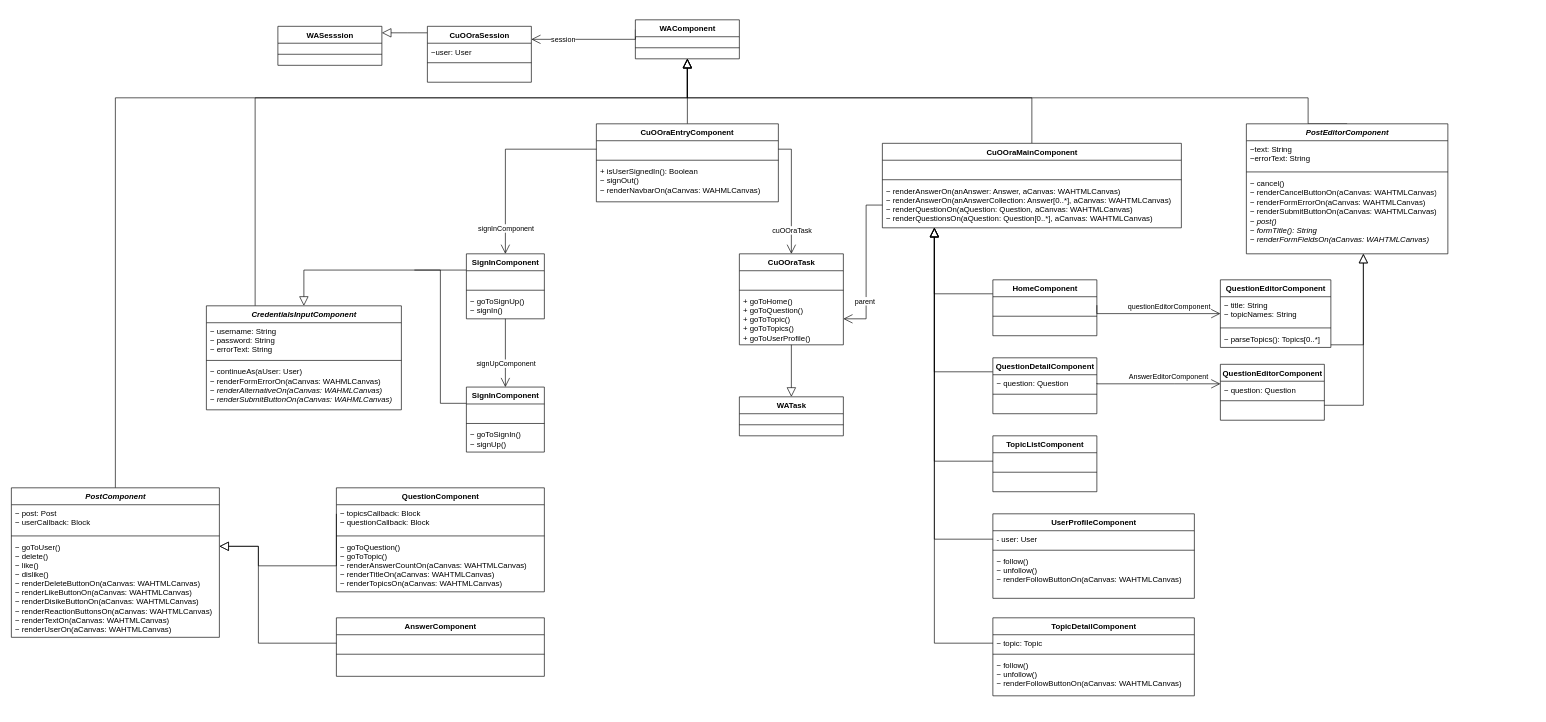
sufficientname/oo2-cuoora keeps this draw.io diagram as webui-uml.drawio. Above is the earlier version. Source tidied: cells renumbered, new cells numbered last; positions are measured from the earlier drawing's top-left corner, leaving out a move shared by most shapes. Both pictures are drawn from the tidied source at 65%, with x=0, y=0 at pixel (11, 20).
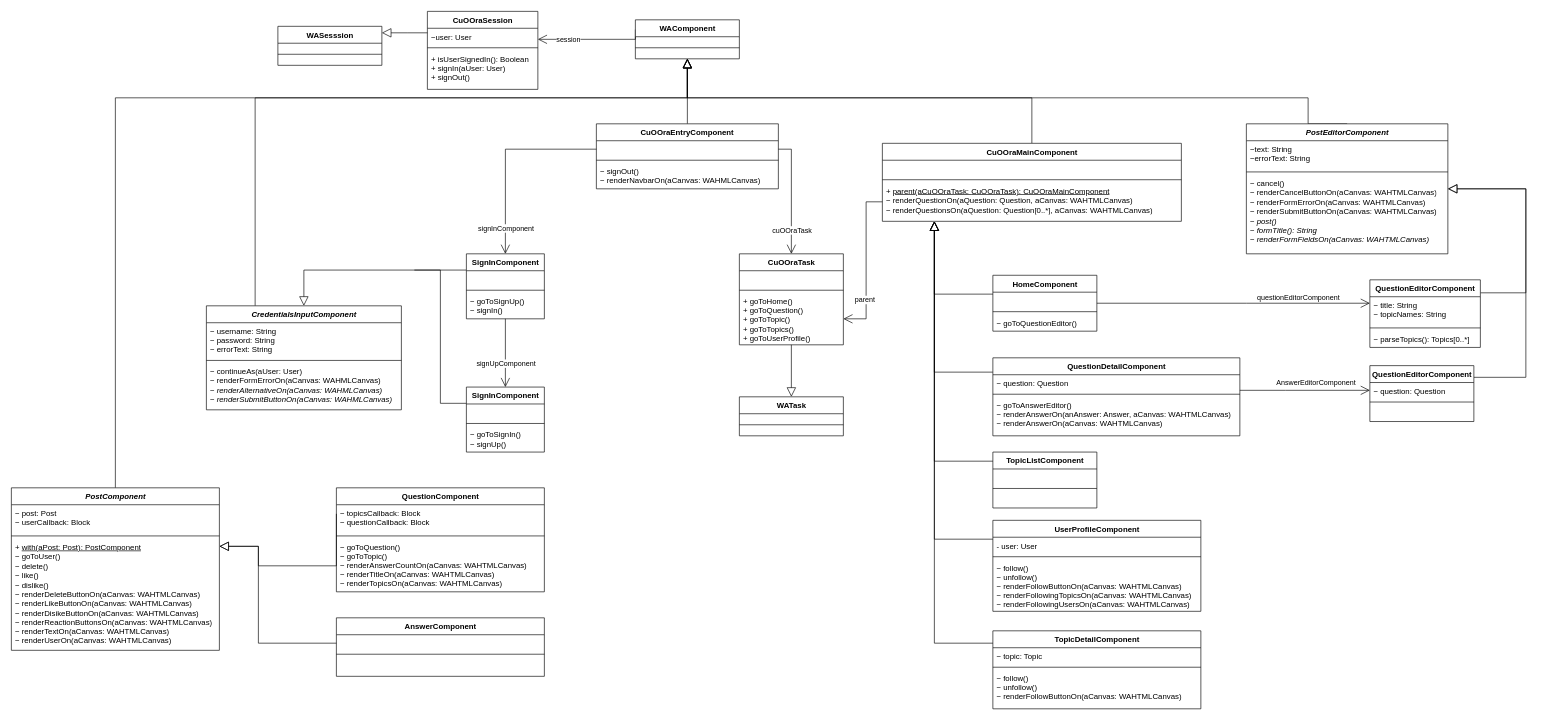
Above is the later version.

Unchanged cells that the change refers to:
```xml
<mxCell id="43" value="&lt;i&gt;PostEditorComponent&lt;/i&gt;" style="swimlane;fontStyle=1;align=center;verticalAlign=top;horizontal=1;startSize=26;html=1;" parent="1" vertex="1">
  <mxGeometry x="1900" y="160" width="310" height="200" as="geometry" />
</mxCell>
<mxCell id="80" value="&#10;" style="text;strokeColor=none;fillColor=none;align=left;verticalAlign=top;spacingLeft=4;spacingRight=4;overflow=hidden;points=[[0,0.5],[1,0.5]];portConstraint=eastwest;" parent="79" vertex="1">
  <mxGeometry y="26" width="160" height="26" as="geometry" />
</mxCell>
<mxCell id="97" value="&#10;" style="text;strokeColor=none;fillColor=none;align=left;verticalAlign=top;spacingLeft=4;spacingRight=4;overflow=hidden;points=[[0,0.5],[1,0.5]];portConstraint=eastwest;" parent="96" vertex="1">
  <mxGeometry y="26" width="160" height="26" as="geometry" />
</mxCell>
```

Diff of the diagram source:
```diff
@@
     <mxCell id="3" value="CuOOraEntryComponent" style="swimlane;fontStyle=1;align=center;verticalAlign=top;horizontal=1;startSize=26;" parent="1" vertex="1">
-      <mxGeometry x="900" y="160" width="280" height="120" as="geometry" />
+      <mxGeometry x="900" y="160" width="280" height="100" as="geometry" />
     </mxCell>
@@
-    <mxCell id="6" value="+ isUserSignedIn(): Boolean&lt;br&gt;− signOut()&lt;br&gt;− renderNavbarOn(aCanvas: WAHMLCanvas)&lt;br&gt;&lt;br&gt;" style="text;strokeColor=none;fillColor=none;align=left;verticalAlign=top;spacingLeft=4;spacingRight=4;overflow=hidden;html=1;" parent="3" vertex="1">
-      <mxGeometry y="60" width="280" height="60" as="geometry" />
+    <mxCell id="6" value="− signOut()&lt;br&gt;− renderNavbarOn(aCanvas: WAHMLCanvas)&lt;br&gt;" style="text;strokeColor=none;fillColor=none;align=left;verticalAlign=top;spacingLeft=4;spacingRight=4;overflow=hidden;html=1;" parent="3" vertex="1">
+      <mxGeometry y="60" width="280" height="40" as="geometry" />
     </mxCell>
@@
     <mxCell id="32" style="edgeStyle=orthogonalEdgeStyle;rounded=0;jettySize=auto;html=1;endArrow=block;endFill=0;endSize=12;" parent="1" edge="1" source="33" target="43">
       <mxGeometry relative="1" as="geometry">
         <Array as="points">
-          <mxPoint x="2080" y="500" />
+          <mxPoint x="2330" y="420" />
+          <mxPoint x="2330" y="260" />
         </Array>
       </mxGeometry>
     </mxCell>
     <mxCell id="33" value="QuestionEditorComponent" style="swimlane;fontStyle=1;align=center;verticalAlign=top;horizontal=1;startSize=26;html=1;" parent="1" vertex="1">
-      <mxGeometry x="1860" y="400" width="170" height="104" as="geometry" />
+      <mxGeometry x="2090" y="400" width="170" height="104" as="geometry" />
     </mxCell>
@@
     <mxCell id="37" style="edgeStyle=orthogonalEdgeStyle;rounded=0;jettySize=auto;html=1;endArrow=block;endFill=0;endSize=12;" parent="1" edge="1" source="38" target="43">
       <mxGeometry relative="1" as="geometry">
         <Array as="points">
-          <mxPoint x="2080" y="593" />
+          <mxPoint x="2330" y="550" />
+          <mxPoint x="2330" y="260" />
         </Array>
       </mxGeometry>
     </mxCell>
     <mxCell id="38" value="QuestionEditorComponent" style="swimlane;fontStyle=1;align=center;verticalAlign=top;horizontal=1;startSize=26;html=1;" parent="1" vertex="1">
-      <mxGeometry x="1860" y="530" width="160" height="86" as="geometry" />
+      <mxGeometry x="2090" y="532" width="160" height="86" as="geometry" />
     </mxCell>
@@
     <mxCell id="53" value="&lt;i&gt;PostComponent&lt;/i&gt;" style="swimlane;fontStyle=1;align=center;verticalAlign=top;horizontal=1;startSize=26;html=1;" parent="1" vertex="1">
-      <mxGeometry y="720" width="320" height="230" as="geometry" />
+      <mxGeometry y="720" width="320" height="250" as="geometry" />
     </mxCell>
@@
-    <mxCell id="56" value="− goToUser()&#10;− delete()&#10;− like()&#10;− dislike()&#10;− renderDeleteButtonOn(aCanvas: WAHTMLCanvas)&#10;− renderLikeButtonOn(aCanvas: WAHTMLCanvas)&#10;− renderDisikeButtonOn(aCanvas: WAHTMLCanvas)&#10;− renderReactionButtonsOn(aCanvas: WAHTMLCanvas)&#10;− renderTextOn(aCanvas: WAHTMLCanvas)&#10;− renderUserOn(aCanvas: WAHTMLCanvas)" style="text;strokeColor=none;fillColor=none;align=left;verticalAlign=top;spacingLeft=4;spacingRight=4;overflow=hidden;points=[[0,0.5],[1,0.5]];portConstraint=eastwest;" parent="53" vertex="1">
-      <mxGeometry y="78" width="320" height="152" as="geometry" />
+    <mxCell id="56" value="+ &lt;u&gt;with(aPost: Post): PostComponent&lt;/u&gt;&lt;br&gt;− goToUser()&lt;br&gt;− delete()&lt;br&gt;− like()&lt;br&gt;− dislike()&lt;br&gt;− renderDeleteButtonOn(aCanvas: WAHTMLCanvas)&lt;br&gt;− renderLikeButtonOn(aCanvas: WAHTMLCanvas)&lt;br&gt;− renderDisikeButtonOn(aCanvas: WAHTMLCanvas)&lt;br&gt;− renderReactionButtonsOn(aCanvas: WAHTMLCanvas)&lt;br&gt;− renderTextOn(aCanvas: WAHTMLCanvas)&lt;br&gt;− renderUserOn(aCanvas: WAHTMLCanvas)" style="text;strokeColor=none;fillColor=none;align=left;verticalAlign=top;spacingLeft=4;spacingRight=4;overflow=hidden;points=[[0,0.5],[1,0.5]];portConstraint=eastwest;html=1;" parent="53" vertex="1">
+      <mxGeometry y="78" width="320" height="172" as="geometry" />
     </mxCell>
@@
     <mxCell id="67" value="CuOOraMainComponent" style="swimlane;fontStyle=1;align=center;verticalAlign=top;horizontal=1;startSize=26;html=1;" parent="1" vertex="1">
-      <mxGeometry x="1340" y="190" width="460" height="130" as="geometry" />
+      <mxGeometry x="1340" y="190" width="460" height="120" as="geometry" />
     </mxCell>
@@
-    <mxCell id="70" value="− renderAnswerOn(anAnswer: Answer, aCanvas: WAHTMLCanvas)&#10;− renderAnswerOn(anAnswerCollection: Answer[0..*], aCanvas: WAHTMLCanvas)&#10;− renderQuestionOn(aQuestion: Question, aCanvas: WAHTMLCanvas)&#10;− renderQuestionsOn(aQuestion: Question[0..*], aCanvas: WAHTMLCanvas) &#10;" style="text;strokeColor=none;fillColor=none;align=left;verticalAlign=top;spacingLeft=4;spacingRight=4;overflow=hidden;points=[[0,0.5],[1,0.5]];portConstraint=eastwest;" parent="67" vertex="1">
-      <mxGeometry y="60" width="460" height="70" as="geometry" />
+    <mxCell id="70" value="+ &lt;u&gt;parent(aCuOOraTask: &lt;/u&gt;&lt;u&gt;CuOOraTask): CuOOraMainComponent&lt;/u&gt;&lt;br&gt;− renderQuestionOn(aQuestion: Question, aCanvas: WAHTMLCanvas)&lt;br&gt;− renderQuestionsOn(aQuestion: Question[0..*], aCanvas: WAHTMLCanvas) " style="text;strokeColor=none;fillColor=none;align=left;verticalAlign=top;spacingLeft=4;spacingRight=4;overflow=hidden;points=[[0,0.5],[1,0.5]];portConstraint=eastwest;html=1;" parent="67" vertex="1">
+      <mxGeometry y="60" width="460" height="60" as="geometry" />
     </mxCell>
@@
     <mxCell id="74" value="CuOOraSession" style="swimlane;fontStyle=1;align=center;verticalAlign=top;horizontal=1;startSize=26;html=1;" parent="1" vertex="1">
-      <mxGeometry x="640" y="10" width="160" height="86" as="geometry" />
+      <mxGeometry x="640" y="-13" width="170" height="120" as="geometry" />
     </mxCell>
     <mxCell id="75" value="−user: User" style="text;strokeColor=none;fillColor=none;align=left;verticalAlign=top;spacingLeft=4;spacingRight=4;overflow=hidden;" parent="74" vertex="1">
-      <mxGeometry y="26" width="160" height="26" as="geometry" />
+      <mxGeometry y="26" width="170" height="26" as="geometry" />
     </mxCell>
     <mxCell id="76" style="line;strokeWidth=1;fillColor=none;align=left;verticalAlign=middle;spacingTop=-1;spacingLeft=3;spacingRight=3;labelPosition=right;" parent="74" vertex="1">
-      <mxGeometry y="52" width="160" height="8" as="geometry" />
+      <mxGeometry y="52" width="170" height="8" as="geometry" />
     </mxCell>
-    <mxCell id="77" value="&#10;" style="text;strokeColor=none;fillColor=none;align=left;verticalAlign=top;spacingLeft=4;spacingRight=4;overflow=hidden;" parent="74" vertex="1">
-      <mxGeometry y="60" width="160" height="26" as="geometry" />
+    <mxCell id="77" value="+ isUserSignedIn(): Boolean&#10;+ signIn(aUser: User)&#10;+ signOut()&#10;" style="text;strokeColor=none;fillColor=none;align=left;verticalAlign=top;spacingLeft=4;spacingRight=4;overflow=hidden;" parent="74" vertex="1">
+      <mxGeometry y="60" width="170" height="60" as="geometry" />
     </mxCell>
-    <mxCell id="78" style="edgeStyle=orthogonalEdgeStyle;rounded=0;jettySize=auto;html=1;exitX=0;exitY=0.25;exitDx=0;exitDy=0;endArrow=block;endFill=0;endSize=12;" parent="1" edge="1" source="79" target="67">
+    <mxCell id="78" style="edgeStyle=orthogonalEdgeStyle;rounded=0;jettySize=auto;html=1;endArrow=block;endFill=0;endSize=12;" parent="1" edge="1" source="79" target="67">
       <mxGeometry relative="1" as="geometry">
         <Array as="points">
           <mxPoint x="1420" y="422" />
         </Array>
       </mxGeometry>
     </mxCell>
     <mxCell id="79" value="HomeComponent" style="swimlane;fontStyle=1;align=center;verticalAlign=top;horizontal=1;startSize=26;html=1;" parent="1" vertex="1">
-      <mxGeometry x="1510" y="400" width="160" height="86" as="geometry" />
+      <mxGeometry x="1510" y="393" width="160" height="86" as="geometry" />
     </mxCell>
@@
-    <mxCell id="82" value="&#10;" style="text;strokeColor=none;fillColor=none;align=left;verticalAlign=top;spacingLeft=4;spacingRight=4;overflow=hidden;" parent="79" vertex="1">
+    <mxCell id="82" value="− goToQuestionEditor()" style="text;strokeColor=none;fillColor=none;align=left;verticalAlign=top;spacingLeft=4;spacingRight=4;overflow=hidden;" parent="79" vertex="1">
       <mxGeometry y="60" width="160" height="26" as="geometry" />
     </mxCell>
-    <mxCell id="83" style="edgeStyle=orthogonalEdgeStyle;rounded=0;jettySize=auto;html=1;exitX=0;exitY=0.25;exitDx=0;exitDy=0;endArrow=block;endFill=0;endSize=12;" parent="1" edge="1" source="84" target="67">
+    <mxCell id="83" style="edgeStyle=orthogonalEdgeStyle;rounded=0;jettySize=auto;html=1;endArrow=block;endFill=0;endSize=12;" parent="1" edge="1" source="84" target="67">
       <mxGeometry relative="1" as="geometry">
         <Array as="points">
           <mxPoint x="1420" y="542" />
         </Array>
       </mxGeometry>
     </mxCell>
     <mxCell id="84" value="QuestionDetailComponent" style="swimlane;fontStyle=1;align=center;verticalAlign=top;horizontal=1;startSize=26;html=1;" parent="1" vertex="1">
-      <mxGeometry x="1510" y="520" width="160" height="86" as="geometry" />
+      <mxGeometry x="1510" y="520" width="380" height="120" as="geometry" />
     </mxCell>
     <mxCell id="85" value="− question: Question" style="text;strokeColor=none;fillColor=none;align=left;verticalAlign=top;spacingLeft=4;spacingRight=4;overflow=hidden;points=[[0,0.5],[1,0.5]];portConstraint=eastwest;" parent="84" vertex="1">
-      <mxGeometry y="26" width="160" height="26" as="geometry" />
+      <mxGeometry y="26" width="380" height="26" as="geometry" />
     </mxCell>
     <mxCell id="86" style="line;strokeWidth=1;fillColor=none;align=left;verticalAlign=middle;spacingTop=-1;spacingLeft=3;spacingRight=3;labelPosition=right;" parent="84" vertex="1">
-      <mxGeometry y="52" width="160" height="8" as="geometry" />
+      <mxGeometry y="52" width="380" height="8" as="geometry" />
     </mxCell>
-    <mxCell id="87" value="&#10;" style="text;strokeColor=none;fillColor=none;align=left;verticalAlign=top;spacingLeft=4;spacingRight=4;overflow=hidden;" parent="84" vertex="1">
-      <mxGeometry y="60" width="160" height="26" as="geometry" />
+    <mxCell id="87" value="− goToAnswerEditor()&#10;− renderAnswerOn(anAnswer: Answer, aCanvas: WAHTMLCanvas)&#10;− renderAnswerOn(aCanvas: WAHTMLCanvas)" style="text;strokeColor=none;fillColor=none;align=left;verticalAlign=top;spacingLeft=4;spacingRight=4;overflow=hidden;" parent="84" vertex="1">
+      <mxGeometry y="60" width="380" height="60" as="geometry" />
     </mxCell>
     <mxCell id="88" value="TopicDetailComponent" style="swimlane;fontStyle=1;align=center;verticalAlign=top;horizontal=1;startSize=26;html=1;" parent="1" vertex="1">
-      <mxGeometry x="1510" y="920" width="310" height="120" as="geometry" />
+      <mxGeometry x="1510" y="940" width="320" height="120" as="geometry" />
     </mxCell>
     <mxCell id="89" value="− topic: Topic" style="text;strokeColor=none;fillColor=none;align=left;verticalAlign=top;spacingLeft=4;spacingRight=4;overflow=hidden;points=[[0,0.5],[1,0.5]];portConstraint=eastwest;" parent="88" vertex="1">
-      <mxGeometry y="26" width="310" height="26" as="geometry" />
+      <mxGeometry y="26" width="320" height="26" as="geometry" />
     </mxCell>
     <mxCell id="90" style="line;strokeWidth=1;fillColor=none;align=left;verticalAlign=middle;spacingTop=-1;spacingLeft=3;spacingRight=3;labelPosition=right;" parent="88" vertex="1">
-      <mxGeometry y="52" width="310" height="8" as="geometry" />
+      <mxGeometry y="52" width="320" height="8" as="geometry" />
     </mxCell>
     <mxCell id="91" value="− follow()&#10;− unfollow()&#10;− renderFollowButtonOn(aCanvas: WAHTMLCanvas) &#10;" style="text;strokeColor=none;fillColor=none;align=left;verticalAlign=top;spacingLeft=4;spacingRight=4;overflow=hidden;" parent="88" vertex="1">
-      <mxGeometry y="60" width="310" height="60" as="geometry" />
+      <mxGeometry y="60" width="320" height="60" as="geometry" />
     </mxCell>
     <mxCell id="92" value="UserProfileComponent" style="swimlane;fontStyle=1;align=center;verticalAlign=top;horizontal=1;startSize=26;html=1;" parent="1" vertex="1">
-      <mxGeometry x="1510" y="760" width="310" height="130" as="geometry" />
+      <mxGeometry x="1510" y="770" width="320" height="140" as="geometry" />
     </mxCell>
     <mxCell id="93" value="- user: User" style="text;strokeColor=none;fillColor=none;align=left;verticalAlign=top;spacingLeft=4;spacingRight=4;overflow=hidden;points=[[0,0.5],[1,0.5]];portConstraint=eastwest;" parent="92" vertex="1">
-      <mxGeometry y="26" width="310" height="26" as="geometry" />
+      <mxGeometry y="26" width="320" height="26" as="geometry" />
     </mxCell>
     <mxCell id="94" style="line;strokeWidth=1;fillColor=none;align=left;verticalAlign=middle;spacingTop=-1;spacingLeft=3;spacingRight=3;labelPosition=right;" parent="92" vertex="1">
-      <mxGeometry y="52" width="310" height="8" as="geometry" />
+      <mxGeometry y="52" width="320" height="8" as="geometry" />
     </mxCell>
-    <mxCell id="95" value="− follow()&#10;− unfollow()&#10;− renderFollowButtonOn(aCanvas: WAHTMLCanvas) &#10;&#10;&#10;" style="text;strokeColor=none;fillColor=none;align=left;verticalAlign=top;spacingLeft=4;spacingRight=4;overflow=hidden;" parent="92" vertex="1">
-      <mxGeometry y="60" width="310" height="70" as="geometry" />
+    <mxCell id="95" value="− follow()&#10;− unfollow()&#10;− renderFollowButtonOn(aCanvas: WAHTMLCanvas) &#10;− renderFollowingTopicsOn(aCanvas: WAHTMLCanvas) &#10;− renderFollowingUsersOn(aCanvas: WAHTMLCanvas)" style="text;strokeColor=none;fillColor=none;align=left;verticalAlign=top;spacingLeft=4;spacingRight=4;overflow=hidden;" parent="92" vertex="1">
+      <mxGeometry y="60" width="320" height="80" as="geometry" />
     </mxCell>
     <mxCell id="96" value="TopicListComponent" style="swimlane;fontStyle=1;align=center;verticalAlign=top;horizontal=1;startSize=26;html=1;" parent="1" vertex="1">
-      <mxGeometry x="1510" y="640" width="160" height="86" as="geometry" />
+      <mxGeometry x="1510" y="665" width="160" height="86" as="geometry" />
     </mxCell>
@@
-    <mxCell id="102" style="edgeStyle=orthogonalEdgeStyle;rounded=0;jettySize=auto;html=1;exitX=0;exitY=0.5;exitDx=0;exitDy=0;endArrow=block;endFill=0;endSize=12;" parent="1" edge="1" source="93" target="67">
+    <mxCell id="102" style="edgeStyle=orthogonalEdgeStyle;rounded=0;jettySize=auto;html=1;endArrow=block;endFill=0;endSize=12;" parent="1" edge="1" source="92" target="67">
       <mxGeometry relative="1" as="geometry">
         <Array as="points">
           <mxPoint x="1420" y="799" />
         </Array>
       </mxGeometry>
     </mxCell>
-    <mxCell id="103" style="edgeStyle=orthogonalEdgeStyle;rounded=0;jettySize=auto;html=1;exitX=0;exitY=0.5;exitDx=0;exitDy=0;endArrow=block;endFill=0;endSize=12;" parent="1" edge="1" source="97" target="67">
+    <mxCell id="103" style="edgeStyle=orthogonalEdgeStyle;rounded=0;jettySize=auto;html=1;endArrow=block;endFill=0;endSize=12;" parent="1" edge="1" source="96" target="67">
       <mxGeometry relative="1" as="geometry">
         <Array as="points">
           <mxPoint x="1420" y="679" />
         </Array>
       </mxGeometry>
     </mxCell>
-    <mxCell id="104" style="edgeStyle=orthogonalEdgeStyle;rounded=0;jettySize=auto;html=1;exitX=0;exitY=0.5;exitDx=0;exitDy=0;endArrow=block;endFill=0;endSize=12;" parent="1" edge="1" source="89" target="67">
+    <mxCell id="104" style="edgeStyle=orthogonalEdgeStyle;rounded=0;jettySize=auto;html=1;endArrow=block;endFill=0;endSize=12;" parent="1" edge="1" source="88" target="67">
       <mxGeometry relative="1" as="geometry">
         <Array as="points">
           <mxPoint x="1420" y="959" />
         </Array>
       </mxGeometry>
     </mxCell>
-    <mxCell id="105" style="edgeStyle=orthogonalEdgeStyle;rounded=0;jettySize=auto;html=1;exitX=1;exitY=0.5;exitDx=0;exitDy=0;endArrow=open;endFill=0;endSize=12;" parent="1" edge="1" source="80" target="33">
+    <mxCell id="105" style="edgeStyle=orthogonalEdgeStyle;rounded=0;jettySize=auto;html=1;endArrow=open;endFill=0;endSize=12;" parent="1" edge="1" source="79" target="33">
       <mxGeometry relative="1" as="geometry">
         <Array as="points">
-          <mxPoint x="1670" y="452" />
+          <mxPoint x="1900" y="436" />
+          <mxPoint x="1900" y="436" />
         </Array>
       </mxGeometry>
     </mxCell>
     <mxCell id="106" value="questionEditorComponent" style="edgeLabel;html=1;align=center;verticalAlign=middle;" parent="105" vertex="1">
       <mxGeometry x="0.34" y="1" relative="1" as="geometry">
-        <mxPoint x="-13" y="-11" as="offset" />
+        <mxPoint x="28" y="-9" as="offset" />
       </mxGeometry>
     </mxCell>
-    <mxCell id="107" style="edgeStyle=orthogonalEdgeStyle;rounded=0;jettySize=auto;html=1;exitX=1;exitY=0.5;exitDx=0;exitDy=0;endArrow=open;endFill=0;endSize=12;" parent="1" edge="1" source="85" target="38">
+    <mxCell id="107" style="edgeStyle=orthogonalEdgeStyle;rounded=0;jettySize=auto;html=1;endArrow=open;endFill=0;endSize=12;" parent="1" edge="1" source="84" target="38">
       <mxGeometry relative="1" as="geometry">
         <Array as="points">
-          <mxPoint x="1790" y="560" />
-          <mxPoint x="1790" y="560" />
+          <mxPoint x="1960" y="570" />
+          <mxPoint x="1960" y="570" />
         </Array>
       </mxGeometry>
     </mxCell>
```
